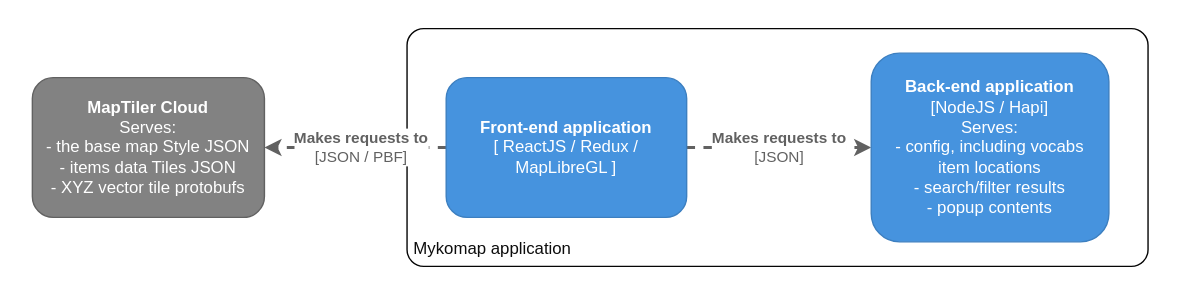
Earlier version of the draw.io export docs/images/architecture-system.drawio.svg (DigitalCommons/mykomap-monolith). Source tidied: cells renumbered, new cells last; positions are measured from the earlier drawing's top-left corner, leaving out a move shared by most shapes.
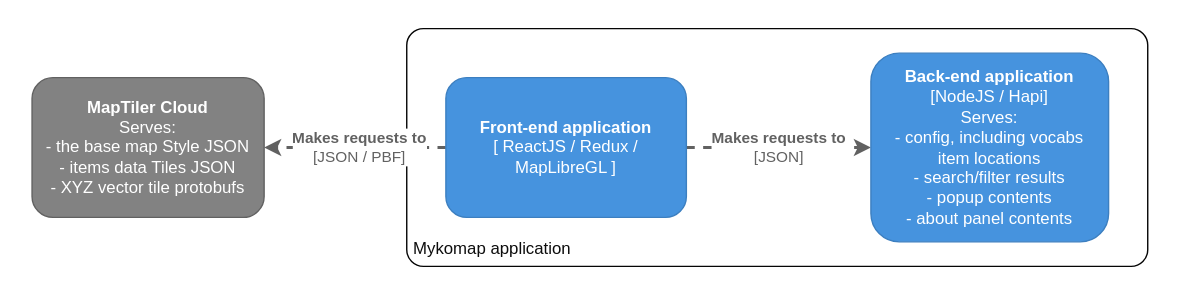
After the change.

Commit message:
[back-end] implement getAbout API route

Change to the diagram source:
```diff
@@ -24,7 +24,7 @@
     <mxCell id="7" value="&lt;b&gt;MapTiler Cloud&lt;/b&gt;&lt;br&gt;Serves:&lt;br&gt;- the base map Style JSON&lt;br&gt;- items data Tiles JSON&lt;br&gt;- XYZ vector tile protobufs" style="rounded=1;whiteSpace=wrap;html=1;fillColor=#828282;strokeColor=#616161;fontColor=#ffffff;" parent="1" vertex="1">
       <mxGeometry x="22" y="55" width="166" height="100" as="geometry" />
     </mxCell>
-    <mxCell id="8" value="&lt;b&gt;Back-end application&lt;/b&gt;&lt;br&gt;[NodeJS / Hapi]&lt;br&gt;Serves:&lt;br&gt;- config, including vocabs&lt;br&gt;item locations&lt;br&gt;- search/filter results&lt;br&gt;- popup contents" style="rounded=1;whiteSpace=wrap;html=1;fillColor=#4693DE;strokeColor=#3c7fc0;fontColor=#ffffff;" parent="1" vertex="1">
+    <mxCell id="8" value="&lt;b&gt;Back-end application&lt;/b&gt;&lt;br&gt;[NodeJS / Hapi]&lt;br&gt;Serves:&lt;br&gt;- config, including vocabs&lt;br&gt;item locations&lt;br&gt;- search/filter results&lt;br&gt;- popup contents&lt;br&gt;- about panel contents" style="rounded=1;whiteSpace=wrap;html=1;fillColor=#4693DE;strokeColor=#3c7fc0;fontColor=#ffffff;" parent="1" vertex="1">
       <mxGeometry x="622" y="37.5" width="170" height="135" as="geometry" />
     </mxCell>
   </root>
```
